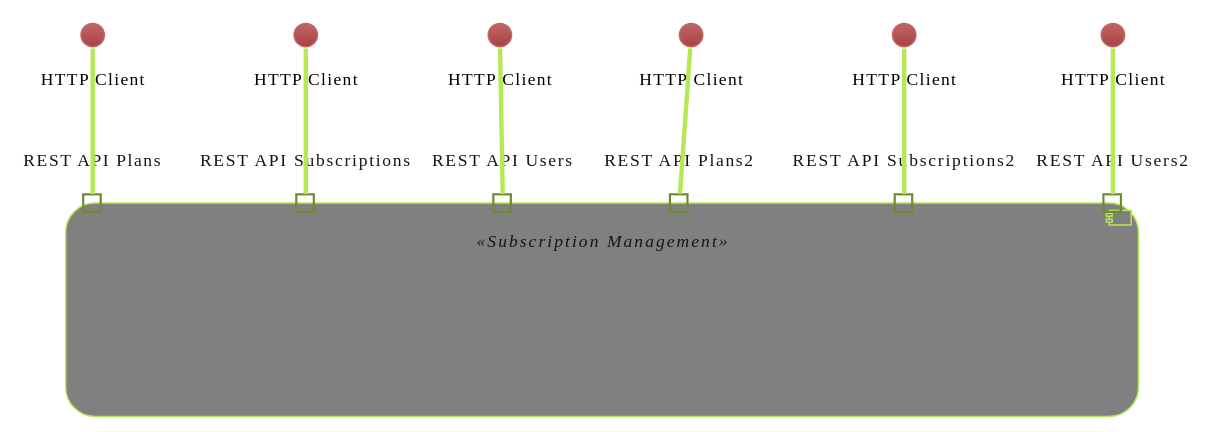
Above: sidis-project1-protobuf/docs/CD-N1.svg in tam65r/protobuf-in-REST-aplication (PlantUML), before the change.
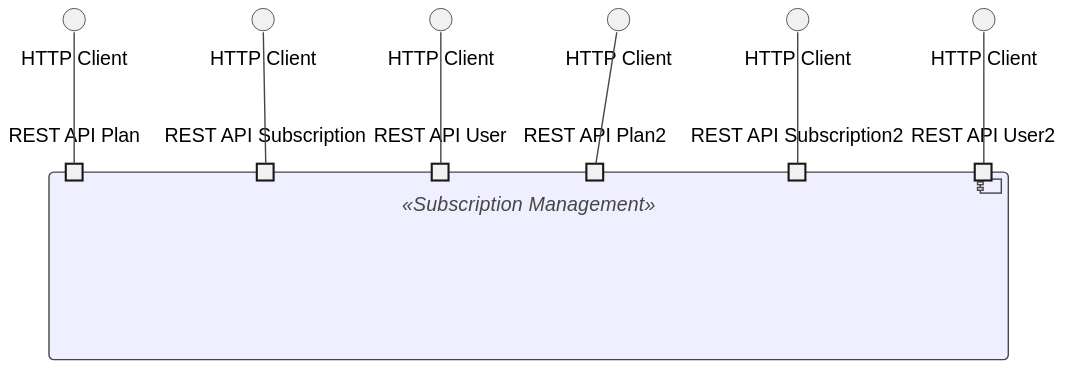
Above is the later version.

The edit, as a diff of the source:
```diff
@@ -1,19 +1,19 @@
 @startuml
 
-!theme hacker
-skinparam interfaceFontColor Black
+!theme toy
+skinparam backgroundColor Transparent
 
 component " " as sidis <<Subscription Management>> {
-    portin "REST API Plans"  as apiP
-    portin "REST API Subscriptions" as apiS
-    portin "REST API Users" as apiU
-        portin "REST API Plans2"  as apiP2
-        portin "REST API Subscriptions2" as apiS2
-        portin "REST API Users2" as apiU2
+    portin "REST API Plan"  as apiP
+    portin "REST API Subscription" as apiS
+    portin "REST API User" as apiU
+        portin "REST API Plan2"  as apiP2
+        portin "REST API Subscription2" as apiS2
+        portin "REST API User2" as apiU2
 }
 
 skinparam component {
-    backgroundColor grey
+    backgroundColor MOTIVATION
 }
 
 interface "HTTP Client" as HTTPa
```
